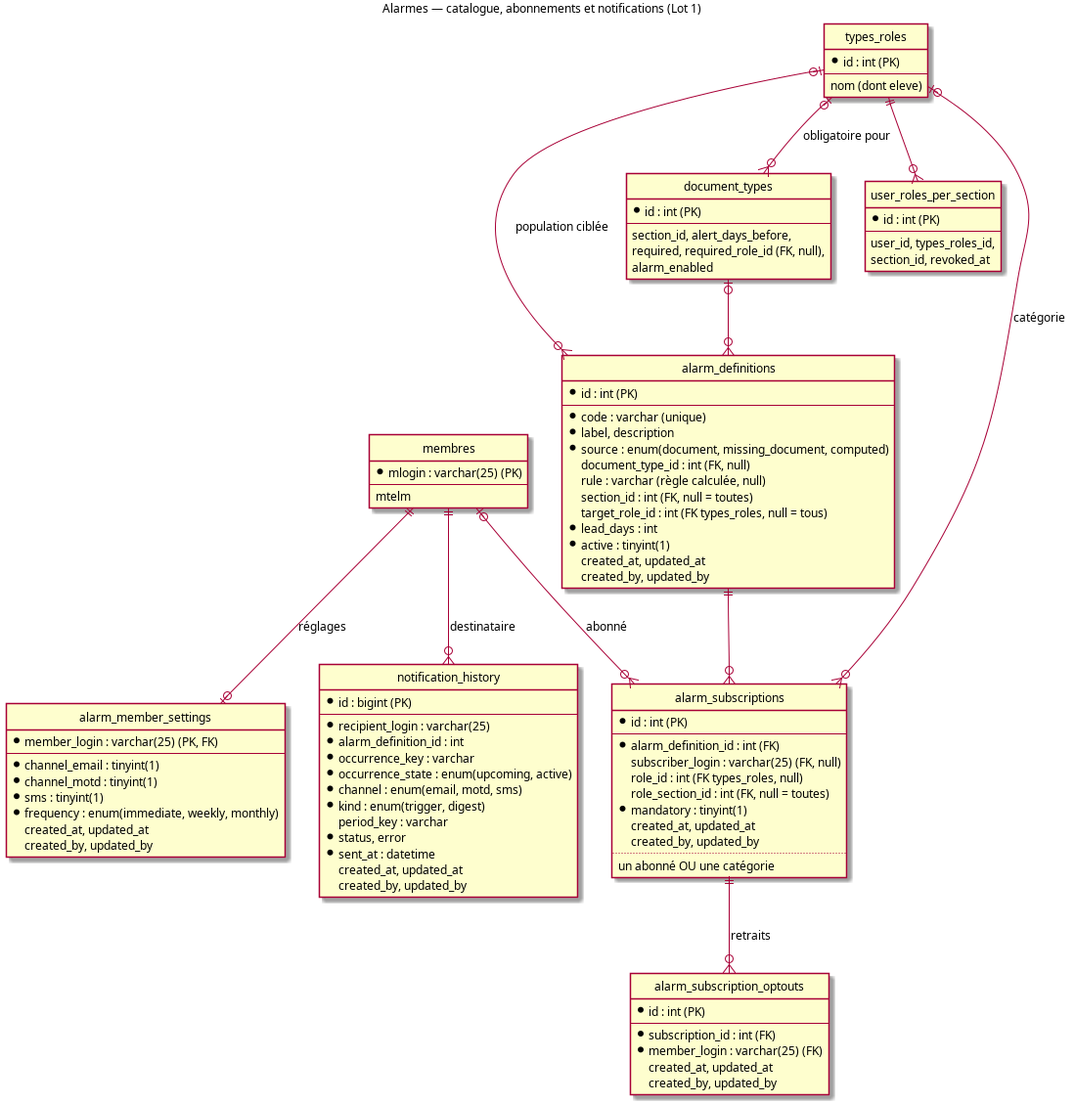
flub78/gvv keeps this PlantUML diagram as doc/design_notes/diagrams/abonnements_alarmes.png. Above is the earlier version. Its source is kept beside it as doc/design_notes/diagrams/abonnements_alarmes.puml.
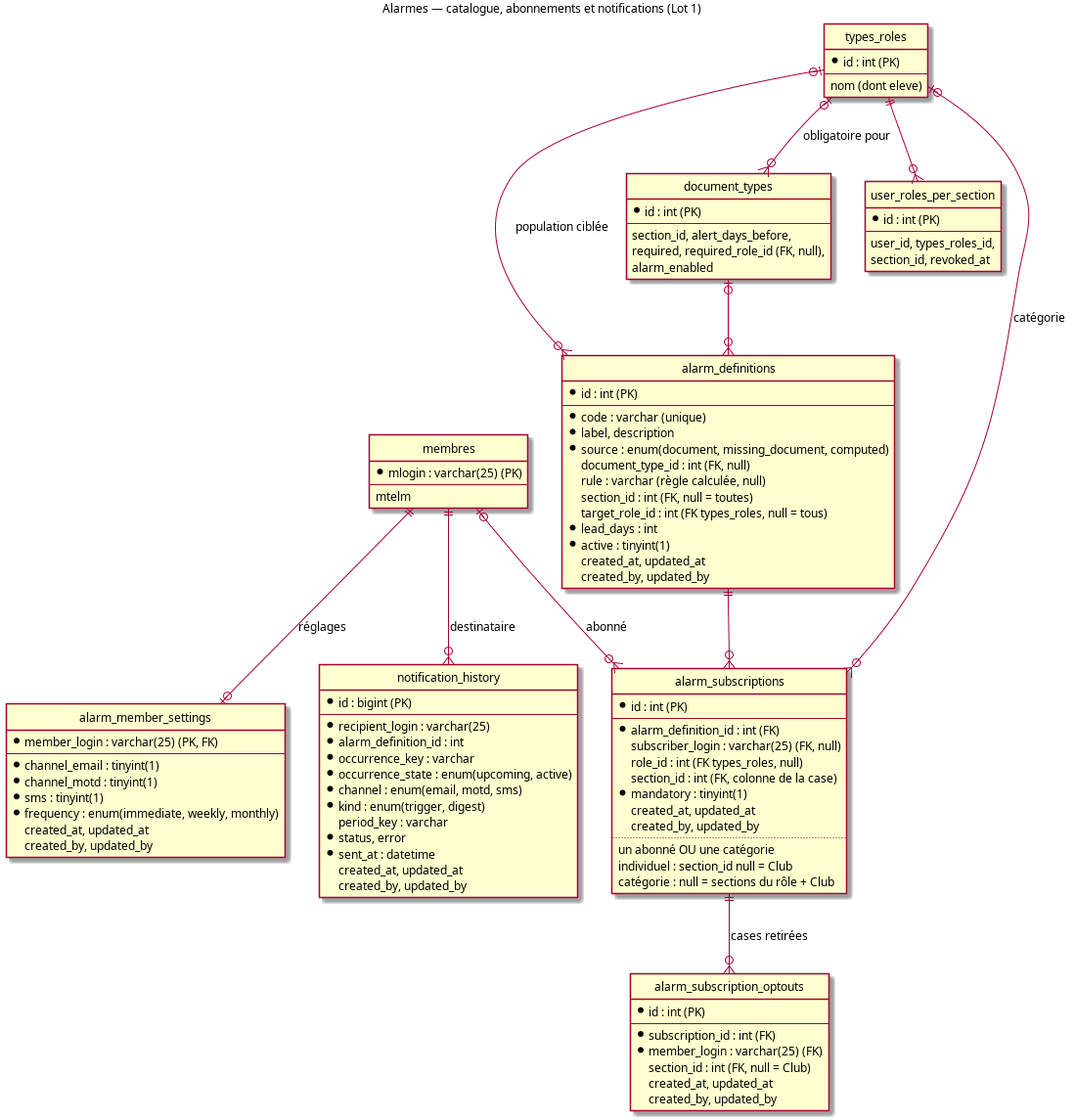
After the change.

The edit, as a diff of the source:
```diff
@@ -28,12 +28,14 @@
   * alarm_definition_id : int (FK)
   subscriber_login : varchar(25) (FK, null)
   role_id : int (FK types_roles, null)
-  role_section_id : int (FK, null = toutes)
+  section_id : int (FK, colonne de la case)
   * mandatory : tinyint(1)
   created_at, updated_at
   created_by, updated_by
   ..
   un abonné OU une catégorie
+  individuel : section_id null = Club
+  catégorie : null = sections du rôle + Club
 }
 
 entity alarm_subscription_optouts {
@@ -41,6 +43,7 @@
   --
   * subscription_id : int (FK)
   * member_login : varchar(25) (FK)
+  section_id : int (FK, null = Club)
   created_at, updated_at
   created_by, updated_by
 }
@@ -101,7 +104,7 @@
 
 alarm_definitions ||--o{ alarm_subscriptions
 document_types |o--o{ alarm_definitions
-alarm_subscriptions ||--o{ alarm_subscription_optouts : retraits
+alarm_subscriptions ||--o{ alarm_subscription_optouts : cases retirées
 membres |o--o{ alarm_subscriptions : abonné
 types_roles |o--o{ alarm_subscriptions : catégorie
 membres ||--o| alarm_member_settings : réglages
```
